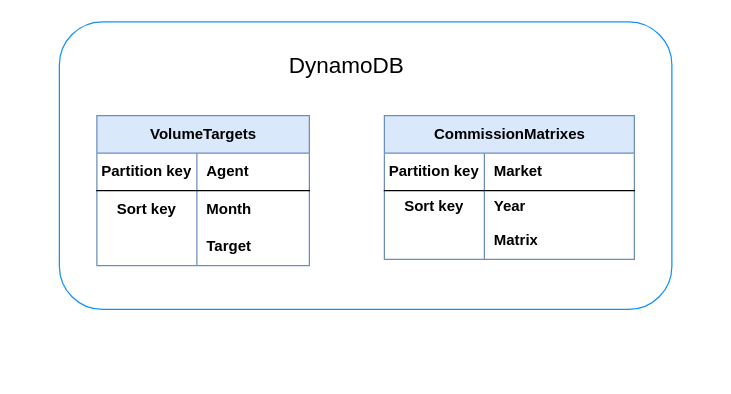
Skyvell/bmw-commision-design keeps this draw.io diagram as database.drawio. Above is the earlier version. Source tidied: cells renumbered, new cells numbered last; positions are measured from the earlier drawing's top-left corner, leaving out a move shared by most shapes. Both pictures are drawn from the tidied source at 125%, with x=0, y=0 at pixel (59, 21).
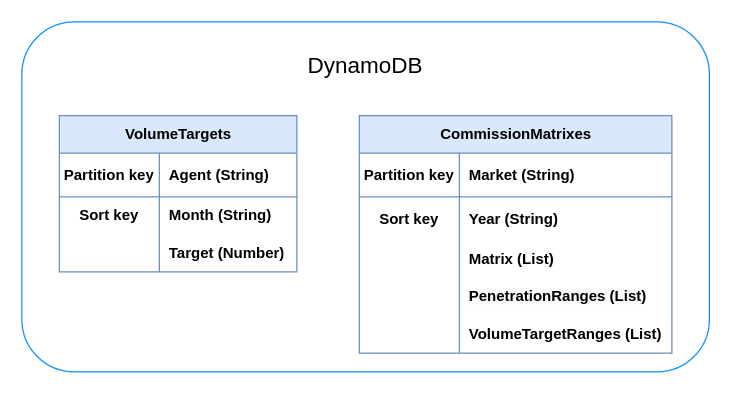
Above is the later version.

What changed in the source:
```diff
@@
     <mxCell id="2" style="rounded=1;whiteSpace=wrap;html=1;strokeColor=#1290FF;" parent="1" vertex="1">
-      <mxGeometry width="490" height="230" as="geometry" />
+      <mxGeometry x="-30" width="550" height="280" as="geometry" />
     </mxCell>
-    <mxCell id="3" value="VolumeTargets" style="shape=table;startSize=30;childLayout=tableLayout;rowLines=0;fontStyle=1;align=center;html=1;fillColor=#dae8fc;strokeColor=#6c8ebf;" parent="1" vertex="1">
-      <mxGeometry x="30" y="75" width="170" height="120" as="geometry" />
+    <mxCell id="3" value="VolumeTargets" style="shape=table;startSize=30;childLayout=tableLayout;rowLines=0;fontStyle=1;align=center;html=1;fillColor=#dae8fc;strokeColor=#6c8ebf;swimlaneLine=1;" parent="1" vertex="1">
+      <mxGeometry y="75" width="190" height="125" as="geometry" />
     </mxCell>
-    <mxCell id="4" style="shape=tableRow;horizontal=0;startSize=0;swimlaneHead=0;swimlaneBody=0;fillColor=none;top=0;left=0;right=0;bottom=1;" parent="3" vertex="1">
-      <mxGeometry y="30" width="170" height="30" as="geometry" />
+    <mxCell id="4" style="shape=tableRow;horizontal=0;startSize=0;swimlaneHead=0;swimlaneBody=0;fillColor=none;top=0;left=0;right=0;bottom=1;strokeColor=inherit;" parent="3" vertex="1">
+      <mxGeometry y="30" width="190" height="35" as="geometry" />
     </mxCell>
     <mxCell id="5" value="Partition key" style="shape=partialRectangle;fillColor=none;top=0;left=0;bottom=0;right=0;fontStyle=1;overflow=hidden;whiteSpace=wrap;html=1;" parent="4" vertex="1">
-      <mxGeometry width="80" height="30" as="geometry" />
+      <mxGeometry width="80" height="35" as="geometry" />
     </mxCell>
-    <mxCell id="6" value="&lt;font face=&quot;Helvetica&quot;&gt;Agent&lt;/font&gt;" style="shape=partialRectangle;fillColor=none;top=0;left=0;bottom=0;right=0;align=left;spacingLeft=6;fontStyle=1;overflow=hidden;whiteSpace=wrap;html=1;" parent="4" vertex="1">
-      <mxGeometry x="80" width="90" height="30" as="geometry" />
+    <mxCell id="6" value="&lt;font face=&quot;Helvetica&quot;&gt;Agent (String)&lt;/font&gt;" style="shape=partialRectangle;fillColor=none;top=0;left=0;bottom=0;right=0;align=left;spacingLeft=6;fontStyle=1;overflow=hidden;whiteSpace=wrap;html=1;" parent="4" vertex="1">
+      <mxGeometry x="80" width="110" height="35" as="geometry" />
     </mxCell>
     <mxCell id="7" style="shape=tableRow;horizontal=0;startSize=0;swimlaneHead=0;swimlaneBody=0;fillColor=none;top=0;left=0;right=0;bottom=0;" parent="3" vertex="1">
-      <mxGeometry y="60" width="170" height="30" as="geometry" />
+      <mxGeometry y="65" width="190" height="30" as="geometry" />
     </mxCell>
@@
-    <mxCell id="9" value="Month" style="shape=partialRectangle;fillColor=none;top=0;left=0;bottom=0;right=0;align=left;spacingLeft=6;overflow=hidden;whiteSpace=wrap;html=1;fontStyle=1;" parent="7" vertex="1">
-      <mxGeometry x="80" width="90" height="30" as="geometry" />
+    <mxCell id="9" value="Month (String)" style="shape=partialRectangle;fillColor=none;top=0;left=0;bottom=0;right=0;align=left;spacingLeft=6;overflow=hidden;whiteSpace=wrap;html=1;fontStyle=1;" parent="7" vertex="1">
+      <mxGeometry x="80" width="110" height="30" as="geometry" />
     </mxCell>
     <mxCell id="10" style="shape=tableRow;horizontal=0;startSize=0;swimlaneHead=0;swimlaneBody=0;fillColor=none;top=0;left=0;right=0;bottom=0;" parent="3" vertex="1">
-      <mxGeometry y="90" width="170" height="30" as="geometry" />
+      <mxGeometry y="95" width="190" height="30" as="geometry" />
     </mxCell>
@@
-    <mxCell id="12" value="Target" style="shape=partialRectangle;fillColor=none;top=0;left=0;bottom=0;right=0;align=left;spacingLeft=6;overflow=hidden;whiteSpace=wrap;html=1;fontStyle=1;" parent="10" vertex="1">
-      <mxGeometry x="80" width="90" height="30" as="geometry" />
+    <mxCell id="12" value="Target (Number)" style="shape=partialRectangle;fillColor=none;top=0;left=0;bottom=0;right=0;align=left;spacingLeft=6;overflow=hidden;whiteSpace=wrap;html=1;fontStyle=1;" parent="10" vertex="1">
+      <mxGeometry x="80" width="110" height="30" as="geometry" />
     </mxCell>
-    <mxCell id="13" value="CommissionMatrixes" style="shape=table;startSize=30;childLayout=tableLayout;rowLines=0;fontStyle=1;align=center;html=1;fillColor=#dae8fc;strokeColor=#6c8ebf;" parent="1" vertex="1">
-      <mxGeometry x="260" y="75" width="200" height="115" as="geometry" />
+    <mxCell id="13" value="CommissionMatrixes" style="shape=table;startSize=30;childLayout=tableLayout;rowLines=0;fontStyle=1;align=center;html=1;fillColor=#dae8fc;strokeColor=#6c8ebf;swimlaneLine=1;horizontal=1;" parent="1" vertex="1">
+      <mxGeometry x="240" y="75" width="250" height="190" as="geometry" />
     </mxCell>
-    <mxCell id="14" style="shape=tableRow;horizontal=0;startSize=0;swimlaneHead=0;swimlaneBody=0;fillColor=none;top=0;left=0;right=0;bottom=1;" parent="13" vertex="1">
-      <mxGeometry y="30" width="200" height="30" as="geometry" />
+    <mxCell id="14" style="shape=tableRow;horizontal=0;startSize=0;swimlaneHead=0;swimlaneBody=0;fillColor=none;top=0;left=0;right=0;bottom=1;strokeColor=inherit;swimlaneLine=0;" parent="13" vertex="1">
+      <mxGeometry y="30" width="250" height="35" as="geometry" />
     </mxCell>
-    <mxCell id="15" value="Partition key" style="shape=partialRectangle;fillColor=none;top=0;left=0;bottom=0;right=0;fontStyle=1;overflow=hidden;whiteSpace=wrap;html=1;" parent="14" vertex="1">
-      <mxGeometry width="80" height="30" as="geometry" />
+    <mxCell id="15" value="Partition key" style="shape=partialRectangle;fillColor=none;top=0;left=0;bottom=0;right=0;fontStyle=1;overflow=hidden;whiteSpace=wrap;html=1;strokeColor=inherit;" parent="14" vertex="1">
+      <mxGeometry width="80" height="35" as="geometry" />
     </mxCell>
-    <mxCell id="16" value="Market" style="shape=partialRectangle;fillColor=none;top=0;left=0;bottom=0;right=0;align=left;spacingLeft=6;fontStyle=1;overflow=hidden;whiteSpace=wrap;html=1;strokeColor=default;" parent="14" vertex="1">
-      <mxGeometry x="80" width="120" height="30" as="geometry" />
+    <mxCell id="16" value="Market (String)" style="shape=partialRectangle;fillColor=none;top=0;left=0;bottom=0;right=0;align=left;spacingLeft=6;fontStyle=1;overflow=hidden;whiteSpace=wrap;html=1;strokeColor=inherit;" parent="14" vertex="1">
+      <mxGeometry x="80" width="170" height="35" as="geometry" />
     </mxCell>
-    <mxCell id="17" style="shape=tableRow;horizontal=0;startSize=0;swimlaneHead=0;swimlaneBody=0;fillColor=none;top=0;left=0;right=0;bottom=0;" parent="13" vertex="1">
-      <mxGeometry y="60" width="200" height="25" as="geometry" />
+    <mxCell id="17" style="shape=tableRow;horizontal=0;startSize=0;swimlaneHead=0;swimlaneBody=0;fillColor=none;top=0;left=0;right=0;bottom=0;strokeColor=inherit;swimlaneLine=1;" parent="13" vertex="1">
+      <mxGeometry y="65" width="250" height="35" as="geometry" />
     </mxCell>
-    <mxCell id="18" value="Sort key" style="shape=partialRectangle;fillColor=none;top=0;left=0;bottom=0;right=0;overflow=hidden;whiteSpace=wrap;html=1;fontStyle=1;" parent="17" vertex="1">
-      <mxGeometry width="80" height="25" as="geometry" />
+    <mxCell id="18" value="Sort key" style="shape=partialRectangle;fillColor=none;top=0;left=0;bottom=0;right=0;overflow=hidden;whiteSpace=wrap;html=1;fontStyle=1;strokeColor=inherit;" parent="17" vertex="1">
+      <mxGeometry width="80" height="35" as="geometry" />
     </mxCell>
-    <mxCell id="19" value="Year" style="shape=partialRectangle;fillColor=none;top=0;left=0;bottom=0;right=0;align=left;spacingLeft=6;overflow=hidden;whiteSpace=wrap;html=1;fontStyle=1;" parent="17" vertex="1">
-      <mxGeometry x="80" width="120" height="25" as="geometry" />
+    <mxCell id="19" value="Year (String)" style="shape=partialRectangle;fillColor=none;top=0;left=0;bottom=0;right=0;align=left;spacingLeft=6;overflow=hidden;whiteSpace=wrap;html=1;fontStyle=1;strokeColor=inherit;" parent="17" vertex="1">
+      <mxGeometry x="80" width="170" height="35" as="geometry" />
     </mxCell>
     <mxCell id="20" style="shape=tableRow;horizontal=0;startSize=0;swimlaneHead=0;swimlaneBody=0;fillColor=none;top=0;left=0;right=0;bottom=0;" parent="13" vertex="1">
-      <mxGeometry y="85" width="200" height="30" as="geometry" />
+      <mxGeometry y="100" width="250" height="30" as="geometry" />
     </mxCell>
@@
-    <mxCell id="22" value="Matrix" style="shape=partialRectangle;fillColor=none;top=0;left=0;bottom=0;right=0;align=left;spacingLeft=6;overflow=hidden;whiteSpace=wrap;html=1;fontStyle=1;" parent="20" vertex="1">
-      <mxGeometry x="80" width="120" height="30" as="geometry" />
+    <mxCell id="22" value="Matrix (List)" style="shape=partialRectangle;fillColor=none;top=0;left=0;bottom=0;right=0;align=left;spacingLeft=6;overflow=hidden;whiteSpace=wrap;html=1;fontStyle=1;strokeColor=default;" parent="20" vertex="1">
+      <mxGeometry x="80" width="170" height="30" as="geometry" />
     </mxCell>
+    <mxCell id="24" style="shape=tableRow;horizontal=0;startSize=0;swimlaneHead=0;swimlaneBody=0;fillColor=none;top=0;left=0;right=0;bottom=0;" parent="13" vertex="1">
+      <mxGeometry y="130" width="250" height="30" as="geometry" />
+    </mxCell>
+    <mxCell id="25" style="shape=partialRectangle;fillColor=none;top=0;left=0;bottom=0;right=0;overflow=hidden;whiteSpace=wrap;html=1;fontStyle=1;" parent="24" vertex="1">
+      <mxGeometry width="80" height="30" as="geometry" />
+    </mxCell>
+    <mxCell id="26" value="&lt;span style=&quot;color: rgb(0, 0, 0); font-family: Helvetica; font-size: 12px; font-style: normal; font-variant-ligatures: normal; font-variant-caps: normal; font-weight: 700; letter-spacing: normal; orphans: 2; text-align: left; text-indent: 0px; text-transform: none; widows: 2; word-spacing: 0px; -webkit-text-stroke-width: 0px; background-color: rgb(251, 251, 251); text-decoration-thickness: initial; text-decoration-style: initial; text-decoration-color: initial; float: none; display: inline !important;&quot;&gt;PenetrationRanges (List)&lt;/span&gt;" style="shape=partialRectangle;fillColor=none;top=0;left=0;bottom=0;right=0;align=left;spacingLeft=6;overflow=hidden;whiteSpace=wrap;html=1;fontStyle=1;" parent="24" vertex="1">
+      <mxGeometry x="80" width="170" height="30" as="geometry" />
+    </mxCell>
+    <mxCell id="27" style="shape=tableRow;horizontal=0;startSize=0;swimlaneHead=0;swimlaneBody=0;fillColor=none;top=0;left=0;right=0;bottom=0;" parent="13" vertex="1">
+      <mxGeometry y="160" width="250" height="30" as="geometry" />
+    </mxCell>
+    <mxCell id="28" style="shape=partialRectangle;fillColor=none;top=0;left=0;bottom=0;right=0;overflow=hidden;whiteSpace=wrap;html=1;fontStyle=1;" parent="27" vertex="1">
+      <mxGeometry width="80" height="30" as="geometry" />
+    </mxCell>
+    <mxCell id="29" value="VolumeTargetRanges (List)" style="shape=partialRectangle;fillColor=none;top=0;left=0;bottom=0;right=0;align=left;spacingLeft=6;overflow=hidden;whiteSpace=wrap;html=1;fontStyle=1;" parent="27" vertex="1">
+      <mxGeometry x="80" width="170" height="30" as="geometry" />
+    </mxCell>
     <mxCell id="23" value="&lt;font style=&quot;font-size: 18px;&quot;&gt;DynamoDB&lt;/font&gt;" style="text;html=1;strokeColor=none;fillColor=none;align=center;verticalAlign=middle;whiteSpace=wrap;overflow=hidden;" parent="1" vertex="1">
-      <mxGeometry x="180" y="10" width="100" height="50" as="geometry" />
+      <mxGeometry x="195" y="10" width="100" height="50" as="geometry" />
     </mxCell>
```
